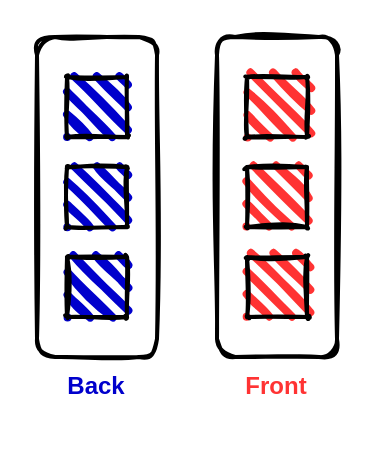
This is page "micro-front-end-layer" (4 of 5) of courses/mfe-angular-elements/1-introduction/1-what-is-mfes/assets/what-is-mfes.drawio from wileymarques/posts, a draw.io file, before an edit. Source tidied: cells renumbered, new cells numbered last; positions are measured from the earlier drawing's top-left corner, leaving out a move shared by most shapes. Both pictures are drawn from the tidied source at 200%, with x=0, y=0 at pixel (36, 36).
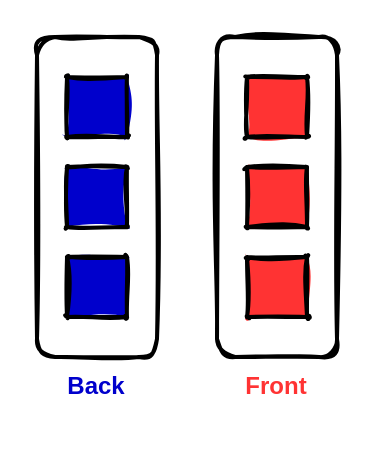
The same page after the edit.

Diff of the diagram source:
```diff
@@
 <mxGraphModel>
   <root>
     <mxCell id="0" />
     <mxCell id="1" parent="0" />
+    <mxCell id="6" style="rounded=1;whiteSpace=wrap;html=1;strokeWidth=2;fillWeight=4;hachureGap=8;hachureAngle=45;fillColor=none;sketch=1;glass=0;fillStyle=hachure;fontSize=14;fontColor=#FF3333;" parent="1" vertex="1">
+      <mxGeometry width="60" height="160" as="geometry" />
+    </mxCell>
     <mxCell id="2" style="rounded=1;whiteSpace=wrap;html=1;strokeWidth=2;fillWeight=4;hachureGap=8;hachureAngle=45;fillColor=none;sketch=1;glass=0;fillStyle=hachure;fontSize=14;fontColor=#FF3333;" parent="1" vertex="1">
       <mxGeometry x="90" width="60" height="160" as="geometry" />
     </mxCell>
-    <mxCell id="3" style="rounded=1;whiteSpace=wrap;html=1;strokeWidth=2;fillWeight=4;hachureGap=8;hachureAngle=45;fillColor=#0000CC;sketch=1;glass=0;fillStyle=hachure;fontSize=14;fontColor=#FF3333;arcSize=0;" parent="1" vertex="1">
+    <mxCell id="3" style="rounded=1;whiteSpace=wrap;html=1;strokeWidth=2;fillWeight=4;hachureGap=8;hachureAngle=45;fillColor=#0000CC;sketch=1;glass=0;fillStyle=solid;fontSize=14;fontColor=#FF3333;arcSize=0;" parent="1" vertex="1">
       <mxGeometry x="15" y="20" width="30" height="30" as="geometry" />
     </mxCell>
     <mxCell id="4" value="Back" style="text;html=1;strokeColor=none;fillColor=none;align=center;verticalAlign=middle;whiteSpace=wrap;rounded=0;dashed=1;strokeWidth=3;fontColor=#0000CC;fontStyle=1;" parent="1" vertex="1">
       <mxGeometry y="160" width="60" height="30" as="geometry" />
     </mxCell>
     <mxCell id="5" value="Front" style="text;html=1;strokeColor=none;fillColor=none;align=center;verticalAlign=middle;whiteSpace=wrap;rounded=0;dashed=1;strokeWidth=3;fontColor=#FF3333;fontStyle=1;" parent="1" vertex="1">
       <mxGeometry x="90" y="160" width="60" height="30" as="geometry" />
     </mxCell>
-    <mxCell id="6" style="rounded=1;whiteSpace=wrap;html=1;strokeWidth=2;fillWeight=4;hachureGap=8;hachureAngle=45;fillColor=none;sketch=1;glass=0;fillStyle=hachure;fontSize=14;fontColor=#FF3333;" parent="1" vertex="1">
-      <mxGeometry width="60" height="160" as="geometry" />
-    </mxCell>
-    <mxCell id="7" style="rounded=1;whiteSpace=wrap;html=1;strokeWidth=2;fillWeight=4;hachureGap=8;hachureAngle=45;fillColor=#0000CC;sketch=1;glass=0;fillStyle=hachure;fontSize=14;fontColor=#FF3333;arcSize=0;" parent="1" vertex="1">
+    <mxCell id="7" style="rounded=1;whiteSpace=wrap;html=1;strokeWidth=2;fillWeight=4;hachureGap=8;hachureAngle=45;fillColor=#0000CC;sketch=1;glass=0;fillStyle=solid;fontSize=14;fontColor=#FF3333;arcSize=0;" parent="1" vertex="1">
       <mxGeometry x="15" y="65" width="30" height="30" as="geometry" />
     </mxCell>
-    <mxCell id="8" style="rounded=1;whiteSpace=wrap;html=1;strokeWidth=2;fillWeight=4;hachureGap=8;hachureAngle=45;fillColor=#0000CC;sketch=1;glass=0;fillStyle=hachure;fontSize=14;fontColor=#FF3333;arcSize=0;" parent="1" vertex="1">
+    <mxCell id="8" style="rounded=1;whiteSpace=wrap;html=1;strokeWidth=2;fillWeight=4;hachureGap=8;hachureAngle=45;fillColor=#0000CC;sketch=1;glass=0;fillStyle=solid;fontSize=14;fontColor=#FF3333;arcSize=0;" parent="1" vertex="1">
       <mxGeometry x="15" y="110" width="30" height="30" as="geometry" />
     </mxCell>
-    <mxCell id="9" style="rounded=1;whiteSpace=wrap;html=1;strokeWidth=2;fillWeight=4;hachureGap=8;hachureAngle=45;fillColor=#FF3333;sketch=1;glass=0;fillStyle=hachure;fontSize=14;fontColor=#FF3333;arcSize=0;" parent="1" vertex="1">
+    <mxCell id="9" style="rounded=1;whiteSpace=wrap;html=1;strokeWidth=2;fillWeight=4;hachureGap=8;hachureAngle=45;fillColor=#FF3333;sketch=1;glass=0;fillStyle=solid;fontSize=14;fontColor=#FF3333;arcSize=0;" parent="1" vertex="1">
       <mxGeometry x="105" y="20" width="30" height="30" as="geometry" />
     </mxCell>
-    <mxCell id="10" style="rounded=1;whiteSpace=wrap;html=1;strokeWidth=2;fillWeight=4;hachureGap=8;hachureAngle=45;fillColor=#FF3333;sketch=1;glass=0;fillStyle=hachure;fontSize=14;fontColor=#FF3333;arcSize=0;" parent="1" vertex="1">
+    <mxCell id="10" style="rounded=1;whiteSpace=wrap;html=1;strokeWidth=2;fillWeight=4;hachureGap=8;hachureAngle=45;fillColor=#FF3333;sketch=1;glass=0;fillStyle=solid;fontSize=14;fontColor=#FF3333;arcSize=0;" parent="1" vertex="1">
       <mxGeometry x="105" y="65" width="30" height="30" as="geometry" />
     </mxCell>
-    <mxCell id="11" style="rounded=1;whiteSpace=wrap;html=1;strokeWidth=2;fillWeight=4;hachureGap=8;hachureAngle=45;fillColor=#FF3333;sketch=1;glass=0;fillStyle=hachure;fontSize=14;fontColor=#FF3333;arcSize=0;" parent="1" vertex="1">
+    <mxCell id="11" style="rounded=1;whiteSpace=wrap;html=1;strokeWidth=2;fillWeight=4;hachureGap=8;hachureAngle=45;fillColor=#FF3333;sketch=1;glass=0;fillStyle=solid;fontSize=14;fontColor=#FF3333;arcSize=0;" parent="1" vertex="1">
       <mxGeometry x="105" y="110" width="30" height="30" as="geometry" />
     </mxCell>
   </root>
 </mxGraphModel>
```
